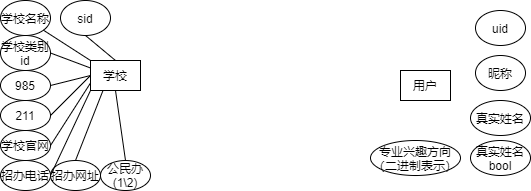
This is 高考关系ER图.png from INGg/gaokao_yuce, a draw.io export, as it was before one commit. Source tidied: cells renumbered, new cells last; positions are measured from the earlier drawing's top-left corner, leaving out a move shared by most shapes.
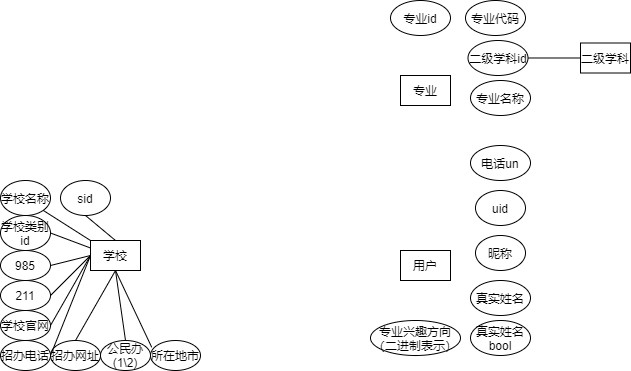
After the commit.

Commit message:
Update 高考关系ER图.png

Diff of the diagram source:
```diff
@@ -47,13 +47,17 @@
     <mxCell id="16" style="endArrow=none;html=1;entryX=1;entryY=0.5;entryDx=0;entryDy=0;exitX=0;exitY=0.5;exitDx=0;exitDy=0;" parent="1" edge="1" source="2" target="9">
       <mxGeometry relative="1" as="geometry" />
     </mxCell>
-    <mxCell id="17" style="endArrow=none;html=1;entryX=0;entryY=0.75;entryDx=0;entryDy=0;exitX=1;exitY=0.5;exitDx=0;exitDy=0;" parent="1" edge="1" source="8" target="2">
-      <mxGeometry relative="1" as="geometry" />
+    <mxCell id="17" style="endArrow=none;html=1;exitX=1;exitY=0.5;exitDx=0;exitDy=0;" parent="1" edge="1" source="8">
+      <mxGeometry relative="1" as="geometry">
+        <mxPoint x="90" y="75" as="targetPoint" />
+      </mxGeometry>
     </mxCell>
-    <mxCell id="18" style="endArrow=none;html=1;entryX=0;entryY=1;entryDx=0;entryDy=0;exitX=1;exitY=0.5;exitDx=0;exitDy=0;" parent="1" edge="1" source="5" target="2">
-      <mxGeometry relative="1" as="geometry" />
+    <mxCell id="18" style="endArrow=none;html=1;exitX=1;exitY=0.5;exitDx=0;exitDy=0;" parent="1" edge="1" source="5">
+      <mxGeometry relative="1" as="geometry">
+        <mxPoint x="90" y="75" as="targetPoint" />
+      </mxGeometry>
     </mxCell>
-    <mxCell id="19" style="endArrow=none;html=1;exitX=0.5;exitY=0;exitDx=0;exitDy=0;entryX=0.25;entryY=1;entryDx=0;entryDy=0;" parent="1" edge="1" source="11" target="2">
+    <mxCell id="19" style="endArrow=none;html=1;exitX=0.5;exitY=0;exitDx=0;exitDy=0;entryX=0.5;entryY=1;entryDx=0;entryDy=0;" parent="1" edge="1" source="11" target="2">
       <mxGeometry relative="1" as="geometry" />
     </mxCell>
     <mxCell id="20" style="endArrow=none;html=1;entryX=0.5;entryY=1;entryDx=0;entryDy=0;exitX=0.5;exitY=0;exitDx=0;exitDy=0;" parent="1" edge="1" source="12" target="2">
@@ -62,9 +66,6 @@
     <mxCell id="21" value="用户" style="rounded=0;whiteSpace=wrap;html=1;" parent="1" vertex="1">
       <mxGeometry x="400" y="70" width="50" height="30" as="geometry" />
     </mxCell>
-    <mxCell id="22" value="uid" style="ellipse;whiteSpace=wrap;html=1;" parent="1" vertex="1">
-      <mxGeometry x="475" y="10" width="50" height="35" as="geometry" />
-    </mxCell>
     <mxCell id="23" value="昵称" style="ellipse;whiteSpace=wrap;html=1;" parent="1" vertex="1">
       <mxGeometry x="475" y="55" width="50" height="35" as="geometry" />
     </mxCell>
@@ -77,5 +78,38 @@
     <mxCell id="26" value="专业兴趣方向（二进制表示）" style="ellipse;whiteSpace=wrap;html=1;" parent="1" vertex="1">
       <mxGeometry x="370" y="140" width="90" height="35" as="geometry" />
     </mxCell>
+    <mxCell id="27" value="所在地市" style="ellipse;whiteSpace=wrap;html=1;" parent="1" vertex="1">
+      <mxGeometry x="150" y="160" width="50" height="30" as="geometry" />
+    </mxCell>
+    <mxCell id="28" style="endArrow=none;html=1;exitX=0.024;exitY=0.225;exitDx=0;exitDy=0;exitPerimeter=0;entryX=0.5;entryY=1;entryDx=0;entryDy=0;" parent="1" edge="1" source="27" target="2">
+      <mxGeometry relative="1" as="geometry" />
+    </mxCell>
+    <mxCell id="29" value="专业" style="rounded=0;whiteSpace=wrap;html=1;" parent="1" vertex="1">
+      <mxGeometry x="400" y="-105" width="50" height="30" as="geometry" />
+    </mxCell>
+    <mxCell id="30" value="二级学科id" style="ellipse;whiteSpace=wrap;html=1;" parent="1" vertex="1">
+      <mxGeometry x="467.5" y="-140" width="60" height="35" as="geometry" />
+    </mxCell>
+    <mxCell id="31" value="专业名称" style="ellipse;whiteSpace=wrap;html=1;" parent="1" vertex="1">
+      <mxGeometry x="470" y="-100" width="60" height="35" as="geometry" />
+    </mxCell>
+    <mxCell id="22" value="uid" style="ellipse;whiteSpace=wrap;html=1;" parent="1" vertex="1">
+      <mxGeometry x="475" y="10" width="50" height="35" as="geometry" />
+    </mxCell>
+    <mxCell id="32" value="电话un" style="ellipse;whiteSpace=wrap;html=1;" parent="1" vertex="1">
+      <mxGeometry x="470" y="-35" width="60" height="35" as="geometry" />
+    </mxCell>
+    <mxCell id="33" value="二级学科" style="rounded=0;whiteSpace=wrap;html=1;" parent="1" vertex="1">
+      <mxGeometry x="580" y="-137.5" width="50" height="30" as="geometry" />
+    </mxCell>
+    <mxCell id="34" style="endArrow=none;html=1;entryX=0;entryY=0.5;entryDx=0;entryDy=0;exitX=1;exitY=0.5;exitDx=0;exitDy=0;" parent="1" edge="1" source="30" target="33">
+      <mxGeometry relative="1" as="geometry" />
+    </mxCell>
+    <mxCell id="35" value="专业代码" style="ellipse;whiteSpace=wrap;html=1;" parent="1" vertex="1">
+      <mxGeometry x="465" y="-180" width="60" height="35" as="geometry" />
+    </mxCell>
+    <mxCell id="36" value="专业id" style="ellipse;whiteSpace=wrap;html=1;" parent="1" vertex="1">
+      <mxGeometry x="390" y="-180" width="60" height="35" as="geometry" />
+    </mxCell>
   </root>
 </mxGraphModel>
```
